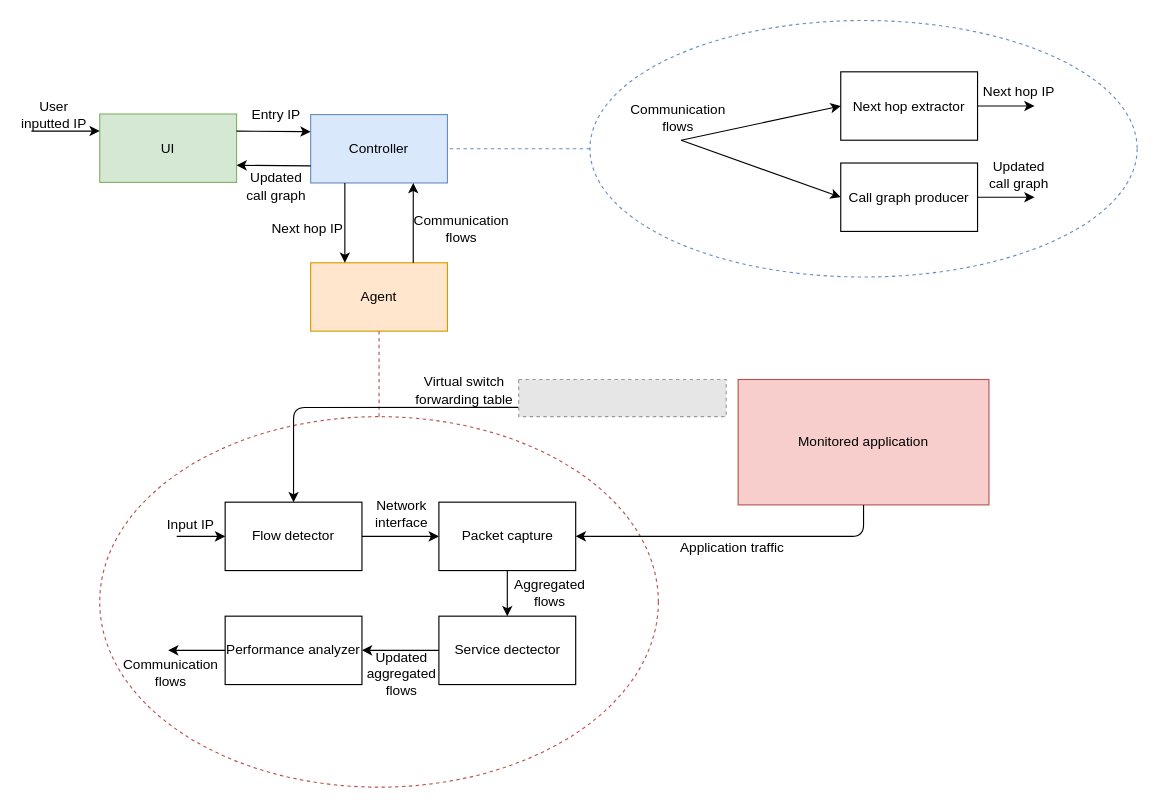
Before: page "Eventual" (1 of 4) of diagrams/DyMonD Architecture.drawio in aaronlohner/DyMonD, a draw.io diagram. Source tidied: cells renumbered, new cells numbered last; positions are measured from the earlier drawing's top-left corner, leaving out a move shared by most shapes. Both pictures are drawn from the tidied source at 114%, with x=0, y=0 at pixel (19, 21). Pictures stored in the file or linked from it are replaced by grey dashed boxes.
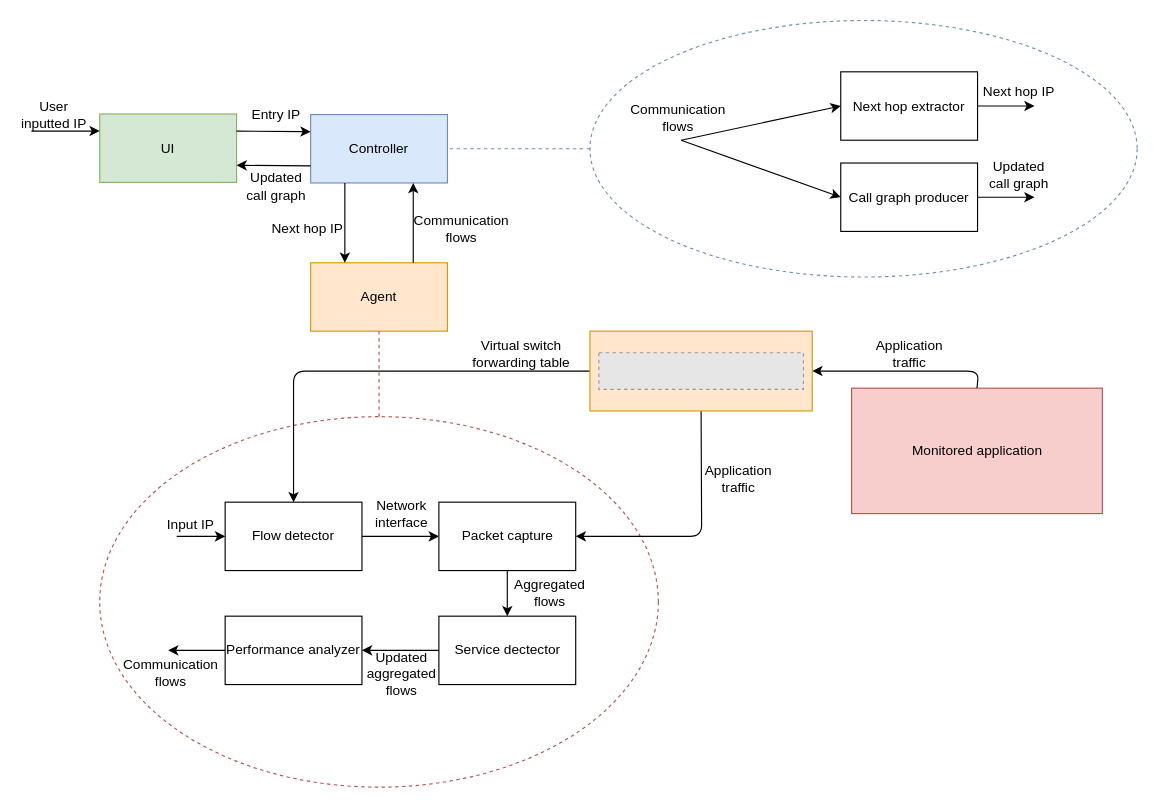
After the change.

Commit message (it also covers changes not shown here):
change eventual arch diagram

Unchanged cells that the change refers to:
```xml
<mxCell id="8" value="Flow detector" style="whiteSpace=wrap;html=1;" parent="1" vertex="1">
  <mxGeometry x="180" y="422" width="120" height="60" as="geometry" />
</mxCell>
<mxCell id="10" value="Packet capture" style="whiteSpace=wrap;html=1;" parent="1" vertex="1">
  <mxGeometry x="367.5" y="422" width="120" height="60" as="geometry" />
</mxCell>
```

What changed in the source:
```diff
@@
-    <mxCell id="4" value="Agent" style="rounded=0;whiteSpace=wrap;html=1;fillColor=#ffe6cc;strokeColor=#d79b00;" parent="1" vertex="1">
+    <mxCell id="4" value="Agent" style="rounded=0;whiteSpace=wrap;html=1;fillColor=#ffe6cc;strokeColor=#D79B00;" parent="1" vertex="1">
       <mxGeometry x="255" y="212" width="120" height="60" as="geometry" />
     </mxCell>
@@
     <mxCell id="39" value="Monitored application" style="rounded=0;whiteSpace=wrap;html=1;fillColor=#f8cecc;strokeColor=#b85450;" parent="1" vertex="1">
-      <mxGeometry x="630" y="314.4" width="220" height="110" as="geometry" />
+      <mxGeometry x="729.5" y="322" width="220" height="110" as="geometry" />
     </mxCell>
@@
     <mxCell id="42" value="Virtual switch forwarding table" style="text;html=1;strokeColor=none;fillColor=none;align=center;verticalAlign=middle;whiteSpace=wrap;rounded=0;dashed=1;" parent="1" vertex="1">
-      <mxGeometry x="345" y="314.4" width="90" height="20" as="geometry" />
+      <mxGeometry x="395" y="282" width="90" height="20" as="geometry" />
     </mxCell>
-    <mxCell id="43" style="endArrow=classic;html=1;exitX=0.5;exitY=1;exitDx=0;exitDy=0;entryX=1;entryY=0.5;entryDx=0;entryDy=0;" parent="1" edge="1" source="39" target="10">
+    <mxCell id="43" style="endArrow=classic;html=1;exitX=0.5;exitY=1;exitDx=0;exitDy=0;entryX=1;entryY=0.5;entryDx=0;entryDy=0;" parent="1" edge="1" source="51" target="10">
       <mxGeometry relative="1" as="geometry">
         <Array as="points">
-          <mxPoint x="740" y="452" />
+          <mxPoint x="598" y="452" />
         </Array>
       </mxGeometry>
     </mxCell>
     <mxCell id="44" value="Application traffic" style="text;html=1;strokeColor=none;fillColor=none;align=center;verticalAlign=middle;whiteSpace=wrap;rounded=0;dashed=1;" parent="1" vertex="1">
-      <mxGeometry x="570" y="452" width="110" height="20" as="geometry" />
+      <mxGeometry x="600" y="392" width="61" height="20" as="geometry" />
     </mxCell>
-    <mxCell id="45" style="endArrow=classic;html=1;entryX=0.5;entryY=0;entryDx=0;entryDy=0;exitX=0;exitY=0.75;exitDx=0;exitDy=0;" parent="1" edge="1" source="46" target="8">
+    <mxCell id="45" style="endArrow=classic;html=1;entryX=0.5;entryY=0;entryDx=0;entryDy=0;exitX=0;exitY=0.5;exitDx=0;exitDy=0;" parent="1" edge="1" source="51" target="8">
       <mxGeometry relative="1" as="geometry">
         <Array as="points">
-          <mxPoint x="240" y="339" />
+          <mxPoint x="240" y="307" />
         </Array>
       </mxGeometry>
     </mxCell>
-    <mxCell id="46" style="fillColor=#E6E6E6;strokeColor=#999999;dashed=1;verticalLabelPosition=bottom;labelBackgroundColor=#ffffff;verticalAlign=top;" parent="1" vertex="1">
-      <mxGeometry x="437.5" y="314.4" width="182" height="32.6" as="geometry" />
-    </mxCell>
@@
+    <mxCell id="48" style="endArrow=classic;html=1;exitX=0.5;exitY=0;exitDx=0;exitDy=0;entryX=1;entryY=0.5;entryDx=0;entryDy=0;" parent="1" edge="1" source="39" target="51">
+      <mxGeometry relative="1" as="geometry">
+        <Array as="points">
+          <mxPoint x="841" y="307" />
+        </Array>
+      </mxGeometry>
+    </mxCell>
+    <mxCell id="49" value="Application traffic" style="text;html=1;strokeColor=none;fillColor=none;align=center;verticalAlign=middle;whiteSpace=wrap;rounded=0;dashed=1;" parent="1" vertex="1">
+      <mxGeometry x="750" y="282" width="61" height="20" as="geometry" />
+    </mxCell>
+    <mxCell id="50" style="group;" parent="1" vertex="1">
+      <mxGeometry x="500" y="272" width="195" height="70" as="geometry" />
+    </mxCell>
+    <mxCell id="51" style="rounded=0;whiteSpace=wrap;html=1;strokeColor=#d79b00;fillColor=#ffe6cc;" parent="50" vertex="1">
+      <mxGeometry width="195" height="70" as="geometry" />
+    </mxCell>
+    <mxCell id="52" style="fillColor=#E6E6E6;strokeColor=#999999;dashed=1;verticalLabelPosition=bottom;labelBackgroundColor=#ffffff;verticalAlign=top;" parent="50" vertex="1">
+      <mxGeometry x="7.8" y="18.9" width="179.5" height="32.1" as="geometry" />
+    </mxCell>
```
